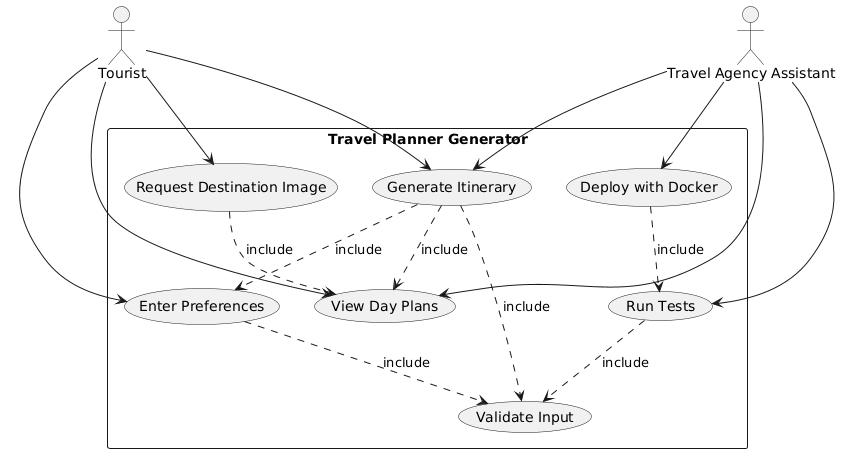
EasonYang0618/travel-planner-generator keeps this PlantUML diagram as Task1/artifacts/uml/use_case_diagram.png. Above is the earlier version.
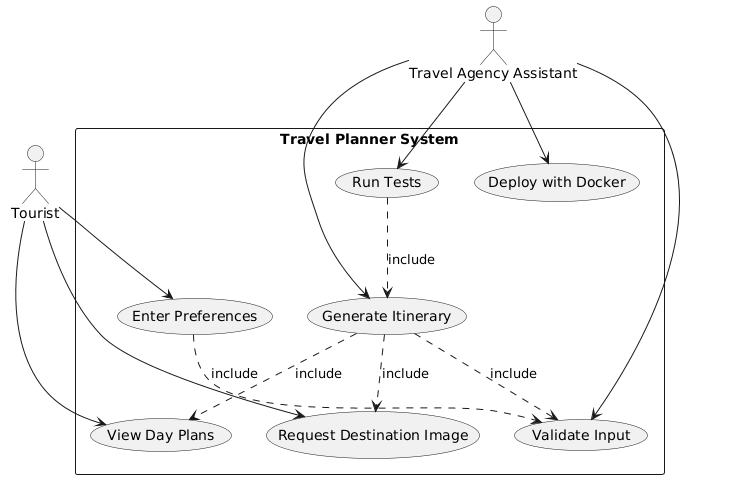
Above is the later version.

Change to the diagram source:
```diff
@@ -1,32 +1,29 @@
 @startuml
 actor Tourist
-actor "Travel Agency Assistant" as TravelAgent
+actor "Travel Agency Assistant" as Assistant
 
-rectangle "Travel Planner Generator" {
-  usecase "Enter Preferences" as EnterPreferences
-  usecase "Validate Input" as ValidateInput
-  usecase "Generate Itinerary" as GenerateItinerary
-  usecase "View Day Plans" as ViewDayPlans
-  usecase "Request Destination Image" as RequestImage
-  usecase "Run Tests" as RunTests
-  usecase "Deploy with Docker" as DeployDocker
+rectangle "Travel Planner System" {
+  usecase EnterPrefs as "Enter Preferences"
+  usecase ValidateInput as "Validate Input"
+  usecase GenerateItinerary as "Generate Itinerary"
+  usecase ViewDayPlans as "View Day Plans"
+  usecase RequestImage as "Request Destination Image"
+  usecase RunTests as "Run Tests"
+  usecase DeployDocker as "Deploy with Docker"
 }
 
-Tourist --> EnterPreferences
-Tourist --> GenerateItinerary
+Tourist --> EnterPrefs
 Tourist --> ViewDayPlans
 Tourist --> RequestImage
 
-TravelAgent --> RunTests
-TravelAgent --> DeployDocker
-TravelAgent --> GenerateItinerary
-TravelAgent --> ViewDayPlans
+Assistant --> ValidateInput
+Assistant --> GenerateItinerary
+Assistant --> RunTests
+Assistant --> DeployDocker
 
-EnterPreferences ..> ValidateInput : include
+EnterPrefs ..> ValidateInput : include
 GenerateItinerary ..> ValidateInput : include
-GenerateItinerary ..> EnterPreferences : include
 GenerateItinerary ..> ViewDayPlans : include
-RequestImage ..> ViewDayPlans : include
-RunTests ..> ValidateInput : include
-DeployDocker ..> RunTests : include
+GenerateItinerary ..> RequestImage : include
+RunTests ..> GenerateItinerary : include
 @enduml
```
